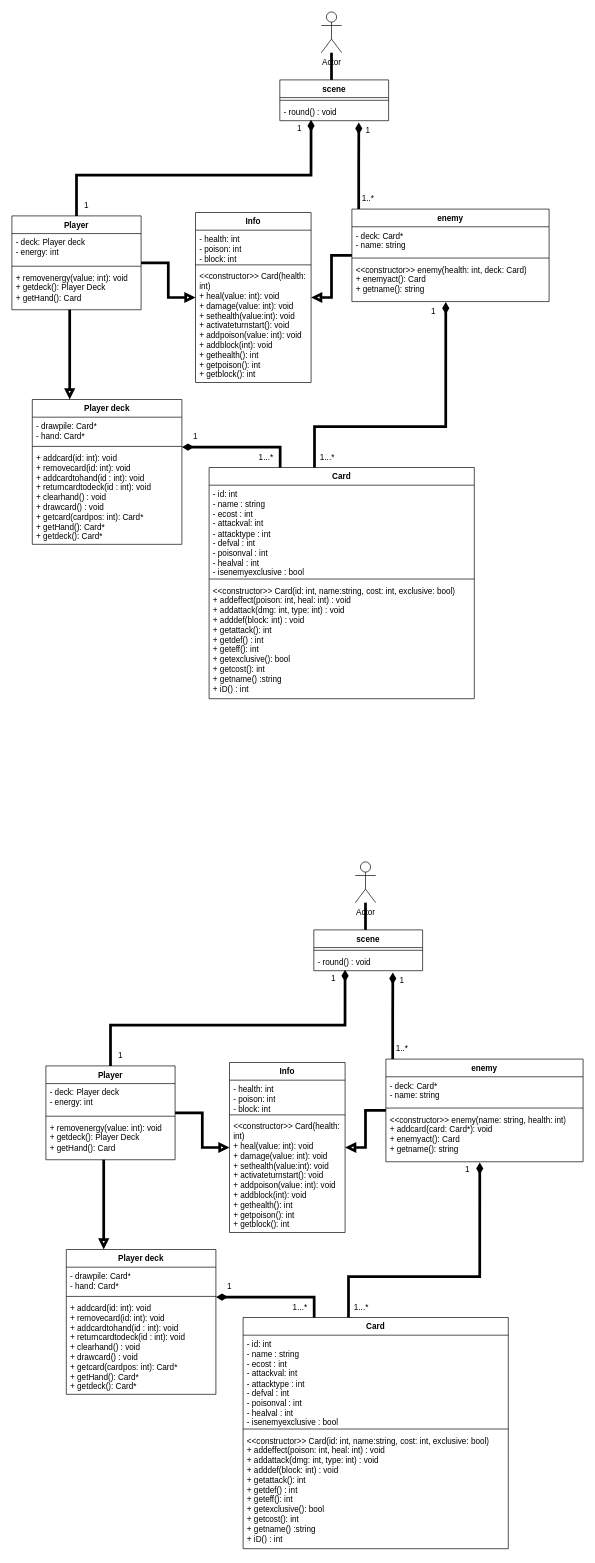
This is Documentation/grouprojectclassdiagram.drawio from Judoka200/EE2010-CW, a draw.io file, before an edit. Source tidied: cells renumbered, new cells numbered last; positions are measured from the earlier drawing's top-left corner, leaving out a move shared by most shapes. Both pictures are drawn from the tidied source at 68%, with x=0, y=0 at pixel (12, 12).
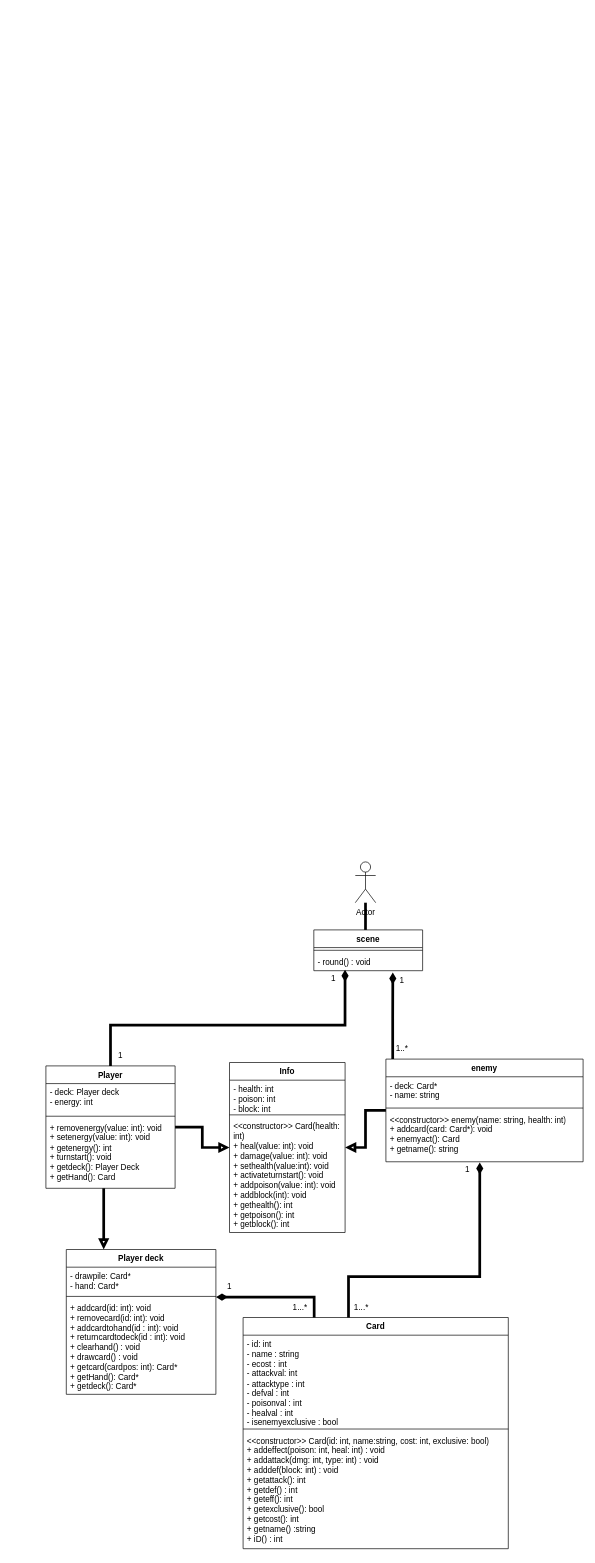
The same diagram, later.

Diff of the diagram source:
```diff
@@
-    <mxCell id="2" style="edgeStyle=orthogonalEdgeStyle;rounded=0;jettySize=auto;html=1;exitX=1;exitY=1.128;exitDx=0;exitDy=0;entryX=0.268;entryY=0.005;entryDx=0;entryDy=0;defaultLabelBackgroundColor=page;endArrow=none;endFill=0;startArrow=diamondThin;startFill=1;strokeWidth=4;entryPerimeter=0;exitPerimeter=0;" parent="1" edge="1" source="5" target="8">
-      <mxGeometry x="0.47" relative="1" as="geometry" />
-    </mxCell>
-    <mxCell id="3" style="edgeStyle=orthogonalEdgeStyle;rounded=0;jettySize=auto;html=1;defaultLabelBackgroundColor=page;entryX=0.287;entryY=0.948;entryDx=0;entryDy=0;entryPerimeter=0;strokeWidth=4;endArrow=diamondThin;endFill=1;exitX=0.5;exitY=0;exitDx=0;exitDy=0;startArrow=none;startFill=0;" parent="1" edge="1" source="27" target="41">
-      <mxGeometry x="0.37" relative="1" as="geometry">
-        <Array as="points">
-          <mxPoint x="95" y="240" />
-          <mxPoint x="439.9" y="240" />
-        </Array>
-      </mxGeometry>
-    </mxCell>
-    <mxCell id="4" value="Player deck" style="swimlane;fontStyle=1;align=center;verticalAlign=top;horizontal=1;startSize=26;whiteSpace=wrap;html=1;" parent="1" vertex="1">
-      <mxGeometry x="30" y="570" width="220" height="213" as="geometry" />
-    </mxCell>
-    <mxCell id="5" value="- drawpile: Card*&lt;div&gt;- hand: Card*&lt;/div&gt;" style="text;strokeColor=none;fillColor=none;align=left;verticalAlign=top;spacingLeft=4;spacingRight=4;overflow=hidden;points=[[0,0.5],[1,0.5]];portConstraint=eastwest;whiteSpace=wrap;html=1;" parent="4" vertex="1">
-      <mxGeometry y="26" width="220" height="39" as="geometry" />
-    </mxCell>
-    <mxCell id="6" style="line;strokeWidth=1;fillColor=none;align=left;verticalAlign=middle;spacingTop=-1;spacingLeft=3;spacingRight=3;labelPosition=right;strokeColor=inherit;labelPerimeter=1;" parent="4" vertex="1">
-      <mxGeometry y="65" width="220" height="8" as="geometry" />
-    </mxCell>
-    <mxCell id="7" value="+ addcard(id: int): void&lt;div&gt;+ removecard(id: int): void&lt;/div&gt;&lt;div&gt;+ addcardtohand(id : int): void&lt;/div&gt;&lt;div&gt;+ returncardtodeck(id : int): void&lt;/div&gt;&lt;div&gt;+ clearhand() : void&lt;/div&gt;&lt;div&gt;+ drawcard() : void&lt;/div&gt;&lt;div&gt;+ getcard(cardpos: int): Card*&lt;/div&gt;&lt;div&gt;+ getHand(): Card*&lt;/div&gt;&lt;div&gt;+ getdeck(): Card*&lt;/div&gt;" style="text;strokeColor=none;fillColor=none;align=left;verticalAlign=top;spacingLeft=4;spacingRight=4;overflow=hidden;whiteSpace=wrap;html=1;" parent="4" vertex="1">
-      <mxGeometry y="73" width="220" height="140" as="geometry" />
-    </mxCell>
-    <mxCell id="8" value="Card" style="swimlane;fontStyle=1;align=center;verticalAlign=top;horizontal=1;startSize=26;whiteSpace=wrap;html=1;" parent="1" vertex="1">
-      <mxGeometry x="290" y="670" width="390" height="340" as="geometry" />
-    </mxCell>
-    <mxCell id="9" value="&lt;div&gt;&lt;div&gt;- id: int&lt;/div&gt;&lt;/div&gt;&lt;div&gt;- name : string&lt;/div&gt;&lt;div&gt;&lt;span style=&quot;background-color: transparent; color: light-dark(#000000, var(--ge-light-color, #ffffff));&quot;&gt;- ecost : int&lt;/span&gt;&lt;/div&gt;- attackval: int&lt;div&gt;- attacktype : int&lt;/div&gt;&lt;div&gt;&lt;div&gt;- defval : int&lt;/div&gt;&lt;div&gt;- poisonval : int&lt;/div&gt;&lt;div&gt;- healval : int&lt;/div&gt;&lt;div&gt;- isenemyexclusive : bool&lt;/div&gt;&lt;div&gt;&lt;br&gt;&lt;/div&gt;&lt;div&gt;&lt;br&gt;&lt;/div&gt;&lt;/div&gt;" style="text;strokeColor=none;fillColor=none;align=left;verticalAlign=top;spacingLeft=4;spacingRight=4;overflow=hidden;whiteSpace=wrap;html=1;" parent="8" vertex="1">
-      <mxGeometry y="26" width="390" height="134" as="geometry" />
-    </mxCell>
-    <mxCell id="10" style="line;strokeWidth=1;fillColor=none;align=left;verticalAlign=middle;spacingTop=-1;spacingLeft=3;spacingRight=3;labelPosition=right;strokeColor=inherit;labelPerimeter=1;" parent="8" vertex="1">
-      <mxGeometry y="160" width="390" height="8" as="geometry" />
-    </mxCell>
-    <mxCell id="11" value="&amp;lt;&amp;lt;constructor&amp;gt;&amp;gt; Card(id: int, name:string, cost: int, exclusive: bool)&lt;div&gt;+ addeffect(poison: int, heal: int)&amp;nbsp;&lt;span style=&quot;background-color: transparent; color: light-dark(#000000, var(--ge-light-color, #ffffff));&quot;&gt;: void&lt;/span&gt;&lt;/div&gt;&lt;div&gt;+ addattack(dmg: int, type: int)&amp;nbsp;&lt;span style=&quot;background-color: transparent; color: light-dark(#000000, var(--ge-light-color, #ffffff));&quot;&gt;: void&lt;/span&gt;&lt;/div&gt;&lt;div&gt;+ adddef(block: int) : void&lt;/div&gt;&lt;div&gt;+ getattack()&lt;span style=&quot;background-color: transparent; color: light-dark(#000000, var(--ge-light-color, #ffffff));&quot;&gt;: int&lt;/span&gt;&lt;/div&gt;&lt;div&gt;&lt;span style=&quot;background-color: transparent; color: light-dark(#000000, var(--ge-light-color, #ffffff));&quot;&gt;+ getdef()&amp;nbsp;&lt;/span&gt;&lt;span style=&quot;background-color: transparent; color: light-dark(#000000, var(--ge-light-color, #ffffff));&quot;&gt;: int&lt;/span&gt;&lt;/div&gt;&lt;div&gt;&lt;span style=&quot;background-color: transparent; color: light-dark(#000000, var(--ge-light-color, #ffffff));&quot;&gt;+ geteff()&lt;/span&gt;&lt;span style=&quot;background-color: transparent; color: light-dark(#000000, var(--ge-light-color, #ffffff));&quot;&gt;: int&lt;/span&gt;&lt;/div&gt;&lt;div&gt;&lt;span style=&quot;background-color: transparent; color: light-dark(#000000, var(--ge-light-color, #ffffff));&quot;&gt;+ getexclusive(): bool&lt;/span&gt;&lt;/div&gt;&lt;div&gt;&lt;span style=&quot;background-color: transparent; color: light-dark(#000000, var(--ge-light-color, #ffffff));&quot;&gt;+ getcost(): int&lt;/span&gt;&lt;/div&gt;&lt;div&gt;&lt;span style=&quot;background-color: transparent; color: light-dark(#000000, var(--ge-light-color, #ffffff));&quot;&gt;+ getname() :string&lt;/span&gt;&lt;/div&gt;&lt;div&gt;&lt;span style=&quot;background-color: transparent; color: light-dark(#000000, var(--ge-light-color, #ffffff));&quot;&gt;+ iD() : int&lt;/span&gt;&lt;/div&gt;" style="text;strokeColor=none;fillColor=none;align=left;verticalAlign=top;spacingLeft=4;spacingRight=4;overflow=hidden;whiteSpace=wrap;html=1;" parent="8" vertex="1">
-      <mxGeometry y="168" width="390" height="172" as="geometry" />
-    </mxCell>
-    <mxCell id="12" value="1" style="text;html=1;whiteSpace=wrap;strokeColor=none;fillColor=none;align=center;verticalAlign=middle;rounded=0;" parent="1" vertex="1">
-      <mxGeometry x="240" y="610" width="60" height="30" as="geometry" />
-    </mxCell>
-    <mxCell id="13" value="1...*" style="text;html=1;whiteSpace=wrap;strokeColor=none;fillColor=none;align=center;verticalAlign=middle;rounded=0;" parent="1" vertex="1">
-      <mxGeometry x="434" y="640" width="60" height="30" as="geometry" />
-    </mxCell>
-    <mxCell id="14" value="enemy" style="swimlane;fontStyle=1;align=center;verticalAlign=top;horizontal=1;startSize=26;whiteSpace=wrap;html=1;" parent="1" vertex="1">
-      <mxGeometry x="500" y="290" width="290" height="136" as="geometry" />
-    </mxCell>
-    <mxCell id="15" value="- deck: Card*&lt;div&gt;- name: string&lt;br&gt;&lt;div&gt;&lt;br&gt;&lt;/div&gt;&lt;/div&gt;" style="text;strokeColor=none;fillColor=none;align=left;verticalAlign=top;spacingLeft=4;spacingRight=4;overflow=hidden;whiteSpace=wrap;html=1;" parent="14" vertex="1">
-      <mxGeometry y="26" width="290" height="42" as="geometry" />
-    </mxCell>
-    <mxCell id="16" style="line;strokeWidth=1;fillColor=none;align=left;verticalAlign=middle;spacingTop=-1;spacingLeft=3;spacingRight=3;labelPosition=right;strokeColor=inherit;labelPerimeter=1;" parent="14" vertex="1">
-      <mxGeometry y="68" width="290" height="8" as="geometry" />
-    </mxCell>
-    <mxCell id="17" value="&lt;div&gt;&amp;lt;&amp;lt;constructor&amp;gt;&amp;gt;&amp;nbsp;&lt;span style=&quot;background-color: transparent; color: light-dark(#000000, var(--ge-light-color, #ffffff));&quot;&gt;enemy(health: int, deck: Card)&lt;/span&gt;&lt;/div&gt;&lt;div&gt;+ enemyact(): Card&lt;/div&gt;&lt;div&gt;+ getname(): string&lt;/div&gt;" style="text;strokeColor=none;fillColor=none;align=left;verticalAlign=top;spacingLeft=4;spacingRight=4;overflow=hidden;points=[[0,0.5],[1,0.5]];portConstraint=eastwest;whiteSpace=wrap;html=1;" parent="14" vertex="1">
-      <mxGeometry y="76" width="290" height="60" as="geometry" />
-    </mxCell>
-    <mxCell id="18" value="1" style="text;html=1;whiteSpace=wrap;strokeColor=none;fillColor=none;align=center;verticalAlign=middle;rounded=0;" parent="1" vertex="1">
-      <mxGeometry x="590" y="426" width="60" height="30" as="geometry" />
-    </mxCell>
-    <mxCell id="19" style="edgeStyle=orthogonalEdgeStyle;rounded=0;jettySize=auto;html=1;entryX=0.726;entryY=1.096;entryDx=0;entryDy=0;defaultLabelBackgroundColor=page;strokeWidth=4;endArrow=diamondThin;endFill=1;startArrow=none;startFill=0;entryPerimeter=0;" parent="1" edge="1" source="14" target="41">
-      <mxGeometry relative="1" as="geometry">
-        <Array as="points">
-          <mxPoint x="510" y="230" />
-          <mxPoint x="510" y="230" />
-        </Array>
-      </mxGeometry>
-    </mxCell>
-    <mxCell id="20" value="1" style="text;html=1;whiteSpace=wrap;strokeColor=none;fillColor=none;align=center;verticalAlign=middle;rounded=0;" parent="1" vertex="1">
-      <mxGeometry x="393" y="156" width="60" height="30" as="geometry" />
-    </mxCell>
-    <mxCell id="21" value="1" style="text;html=1;whiteSpace=wrap;strokeColor=none;fillColor=none;align=center;verticalAlign=middle;rounded=0;" parent="1" vertex="1">
-      <mxGeometry x="494" y="160" width="60" height="30" as="geometry" />
-    </mxCell>
-    <mxCell id="22" value="1" style="text;html=1;whiteSpace=wrap;strokeColor=none;fillColor=none;align=center;verticalAlign=middle;rounded=0;" parent="1" vertex="1">
-      <mxGeometry x="80" y="270" width="60" height="30" as="geometry" />
-    </mxCell>
-    <mxCell id="23" value="1..*" style="text;html=1;whiteSpace=wrap;strokeColor=none;fillColor=none;align=center;verticalAlign=middle;rounded=0;" parent="1" vertex="1">
-      <mxGeometry x="494" y="260" width="60" height="30" as="geometry" />
-    </mxCell>
-    <mxCell id="24" style="edgeStyle=orthogonalEdgeStyle;rounded=0;jettySize=auto;html=1;entryX=0.5;entryY=0;entryDx=0;entryDy=0;defaultLabelBackgroundColor=page;endArrow=none;endFill=0;strokeWidth=4;" parent="1" edge="1" source="25">
-      <mxGeometry relative="1" as="geometry">
-        <mxPoint x="470" y="100" as="targetPoint" />
-      </mxGeometry>
-    </mxCell>
-    <mxCell id="25" value="Actor" style="shape=umlActor;verticalLabelPosition=bottom;verticalAlign=top;html=1;outlineConnect=0;labelPerimeter=1;" parent="1" vertex="1">
-      <mxGeometry x="455" width="30" height="60" as="geometry" />
-    </mxCell>
-    <mxCell id="26" style="edgeStyle=orthogonalEdgeStyle;rounded=0;jettySize=auto;html=1;defaultLabelBackgroundColor=page;startArrow=none;startFill=0;endArrow=block;endFill=0;strokeWidth=4;entryX=0.25;entryY=0;entryDx=0;entryDy=0;" parent="1" edge="1" source="27" target="4">
-      <mxGeometry x="-0.33" relative="1" as="geometry">
-        <Array as="points">
-          <mxPoint x="85" y="480" />
-          <mxPoint x="85" y="480" />
-        </Array>
-      </mxGeometry>
-    </mxCell>
-    <mxCell id="27" value="Player" style="swimlane;fontStyle=1;align=center;verticalAlign=top;horizontal=1;startSize=26;whiteSpace=wrap;html=1;" parent="1" vertex="1">
-      <mxGeometry y="300" width="190" height="138" as="geometry" />
-    </mxCell>
-    <mxCell id="28" value="- deck: Player deck&lt;div&gt;- energy: int&lt;/div&gt;" style="text;strokeColor=none;fillColor=none;align=left;verticalAlign=top;spacingLeft=4;spacingRight=4;overflow=hidden;whiteSpace=wrap;html=1;" parent="27" vertex="1">
-      <mxGeometry y="26" width="190" height="44" as="geometry" />
-    </mxCell>
-    <mxCell id="29" style="line;strokeWidth=1;fillColor=none;align=left;verticalAlign=middle;spacingTop=-1;spacingLeft=3;spacingRight=3;labelPosition=right;strokeColor=inherit;labelPerimeter=1;" parent="27" vertex="1">
-      <mxGeometry y="70" width="190" height="8" as="geometry" />
-    </mxCell>
-    <mxCell id="30" value="&lt;div&gt;+ removenergy(value: int): void&lt;/div&gt;&lt;div&gt;+ getdeck(): Player Deck&lt;/div&gt;&lt;div&gt;+ getHand(): Card&lt;/div&gt;&lt;div&gt;&lt;br&gt;&lt;/div&gt;" style="text;strokeColor=none;fillColor=none;align=left;verticalAlign=top;spacingLeft=4;spacingRight=4;overflow=hidden;whiteSpace=wrap;html=1;" parent="27" vertex="1">
-      <mxGeometry y="78" width="190" height="60" as="geometry" />
-    </mxCell>
-    <mxCell id="31" style="edgeStyle=orthogonalEdgeStyle;rounded=0;jettySize=auto;html=1;defaultLabelBackgroundColor=page;startArrow=diamondThin;startFill=1;endArrow=none;endFill=0;strokeWidth=4;exitX=0.476;exitY=1.012;exitDx=0;exitDy=0;exitPerimeter=0;" parent="1" edge="1" source="17" target="8">
-      <mxGeometry x="-0.21" relative="1" as="geometry">
-        <Array as="points">
-          <mxPoint x="638" y="610" />
-          <mxPoint x="445" y="610" />
-        </Array>
-      </mxGeometry>
-    </mxCell>
-    <mxCell id="32" value="1...*" style="text;html=1;whiteSpace=wrap;strokeColor=none;fillColor=none;align=center;verticalAlign=middle;rounded=0;" parent="1" vertex="1">
-      <mxGeometry x="344" y="640" width="60" height="30" as="geometry" />
-    </mxCell>
-    <mxCell id="33" style="edgeStyle=orthogonalEdgeStyle;rounded=0;jettySize=auto;html=1;exitX=0;exitY=0.5;exitDx=0;exitDy=0;entryX=1;entryY=0.5;entryDx=0;entryDy=0;defaultLabelBackgroundColor=page;strokeWidth=4;startArrow=block;startFill=0;endArrow=none;endFill=0;" parent="1" edge="1" source="35" target="27">
-      <mxGeometry relative="1" as="geometry" />
-    </mxCell>
-    <mxCell id="34" style="edgeStyle=orthogonalEdgeStyle;rounded=0;jettySize=auto;html=1;exitX=1;exitY=0.5;exitDx=0;exitDy=0;entryX=0;entryY=0.5;entryDx=0;entryDy=0;defaultLabelBackgroundColor=page;startArrow=block;startFill=0;endArrow=none;endFill=0;strokeWidth=4;" parent="1" edge="1" source="35" target="14">
-      <mxGeometry relative="1" as="geometry" />
-    </mxCell>
-    <mxCell id="35" value="Info" style="swimlane;fontStyle=1;align=center;verticalAlign=top;horizontal=1;startSize=26;whiteSpace=wrap;html=1;" parent="1" vertex="1">
-      <mxGeometry x="270" y="295" width="170" height="250" as="geometry" />
-    </mxCell>
-    <mxCell id="36" value="- health: int&lt;div&gt;- poison: int&lt;/div&gt;&lt;div&gt;- block: int&lt;/div&gt;" style="text;strokeColor=none;fillColor=none;align=left;verticalAlign=top;spacingLeft=4;spacingRight=4;overflow=hidden;whiteSpace=wrap;html=1;" parent="35" vertex="1">
-      <mxGeometry y="26" width="170" height="47" as="geometry" />
-    </mxCell>
-    <mxCell id="37" style="line;strokeWidth=1;fillColor=none;align=left;verticalAlign=middle;spacingTop=-1;spacingLeft=3;spacingRight=3;labelPosition=right;strokeColor=inherit;labelPerimeter=1;" parent="35" vertex="1">
-      <mxGeometry y="73" width="170" height="8" as="geometry" />
-    </mxCell>
-    <mxCell id="38" value="&lt;div&gt;&amp;lt;&amp;lt;constructor&amp;gt;&amp;gt; Card(health: int)&lt;/div&gt;+ heal(value: int): void&lt;div&gt;+ damage(value: int): void&lt;/div&gt;&lt;div&gt;+ sethealth(value:int): void&lt;/div&gt;&lt;div&gt;+ activateturnstart(): void&lt;/div&gt;&lt;div&gt;+ addpoison(value: int): void&lt;/div&gt;&lt;div&gt;+ addblock(int): void&lt;/div&gt;&lt;div&gt;+ gethealth(): int&lt;/div&gt;&lt;div&gt;+ getpoison(): int&lt;/div&gt;&lt;div&gt;+ getblock(): int&lt;/div&gt;" style="text;strokeColor=none;fillColor=none;align=left;verticalAlign=top;spacingLeft=4;spacingRight=4;overflow=hidden;whiteSpace=wrap;html=1;" parent="35" vertex="1">
-      <mxGeometry y="81" width="170" height="169" as="geometry" />
-    </mxCell>
-    <mxCell id="39" value="scene" style="swimlane;fontStyle=1;align=center;verticalAlign=top;horizontal=1;startSize=26;whiteSpace=wrap;html=1;" parent="1" vertex="1">
-      <mxGeometry x="394" y="100" width="160" height="60" as="geometry" />
-    </mxCell>
-    <mxCell id="40" style="line;strokeWidth=1;fillColor=none;align=left;verticalAlign=middle;spacingTop=-1;spacingLeft=3;spacingRight=3;labelPosition=right;strokeColor=inherit;labelPerimeter=1;" parent="39" vertex="1">
-      <mxGeometry y="26" width="160" height="8" as="geometry" />
-    </mxCell>
-    <mxCell id="41" value="- round() : void" style="text;strokeColor=none;fillColor=none;align=left;verticalAlign=top;spacingLeft=4;spacingRight=4;overflow=hidden;points=[[0,0.5],[1,0.5]];portConstraint=eastwest;whiteSpace=wrap;html=1;" parent="39" vertex="1">
-      <mxGeometry y="34" width="160" height="26" as="geometry" />
-    </mxCell>
@@
     <mxCell id="67" value="Player" style="swimlane;fontStyle=1;align=center;verticalAlign=top;horizontal=1;startSize=26;whiteSpace=wrap;html=1;" parent="1" vertex="1">
-      <mxGeometry x="50" y="1550" width="190" height="138" as="geometry" />
+      <mxGeometry x="50" y="1550" width="190" height="180" as="geometry" />
     </mxCell>
@@
-    <mxCell id="70" value="&lt;div&gt;+ removenergy(value: int): void&lt;/div&gt;&lt;div&gt;+ getdeck(): Player Deck&lt;/div&gt;&lt;div&gt;+ getHand(): Card&lt;/div&gt;&lt;div&gt;&lt;br&gt;&lt;/div&gt;" style="text;strokeColor=none;fillColor=none;align=left;verticalAlign=top;spacingLeft=4;spacingRight=4;overflow=hidden;whiteSpace=wrap;html=1;" parent="67" vertex="1">
-      <mxGeometry y="78" width="190" height="60" as="geometry" />
+    <mxCell id="70" value="&lt;div&gt;+ removenergy(value: int): void&lt;/div&gt;&lt;div&gt;+ setenergy(value: int): void&lt;/div&gt;&lt;div&gt;+ getenergy(): int&lt;/div&gt;&lt;div&gt;+ turnstart(): void&lt;/div&gt;&lt;div&gt;+ getdeck(): Player Deck&lt;/div&gt;&lt;div&gt;+ getHand(): Card&lt;/div&gt;&lt;div&gt;&lt;br&gt;&lt;/div&gt;" style="text;strokeColor=none;fillColor=none;align=left;verticalAlign=top;spacingLeft=4;spacingRight=4;overflow=hidden;whiteSpace=wrap;html=1;" parent="67" vertex="1">
+      <mxGeometry y="78" width="190" height="102" as="geometry" />
     </mxCell>
```
